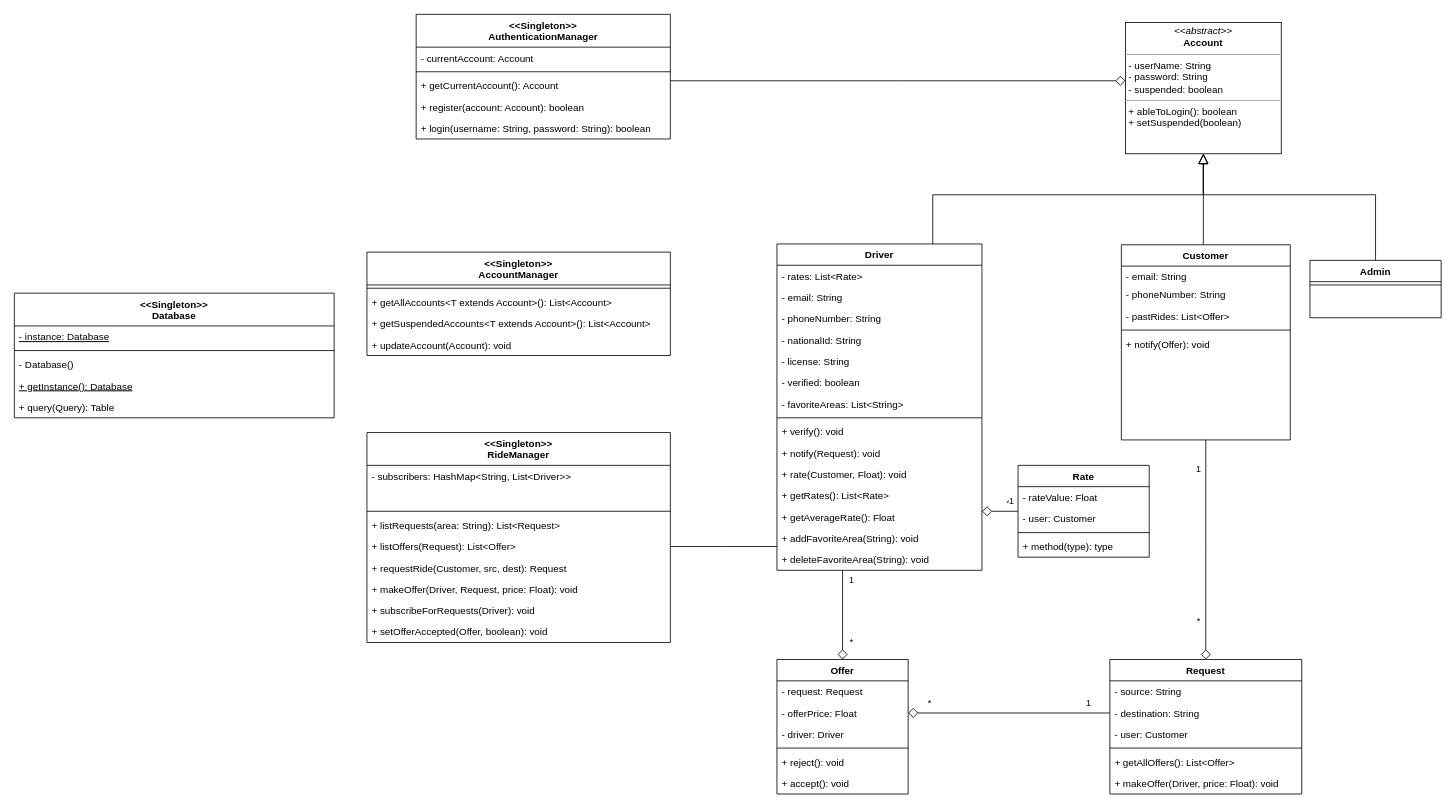
Above: diagrams/class diagram.drawio in KareemMAX/CarApp (draw.io), before the change. Source tidied: cells renumbered, new cells numbered last; positions are measured from the earlier drawing's top-left corner, leaving out a move shared by most shapes. Both pictures are drawn from the tidied source at 82%, with x=0, y=0 at pixel (14, 14).
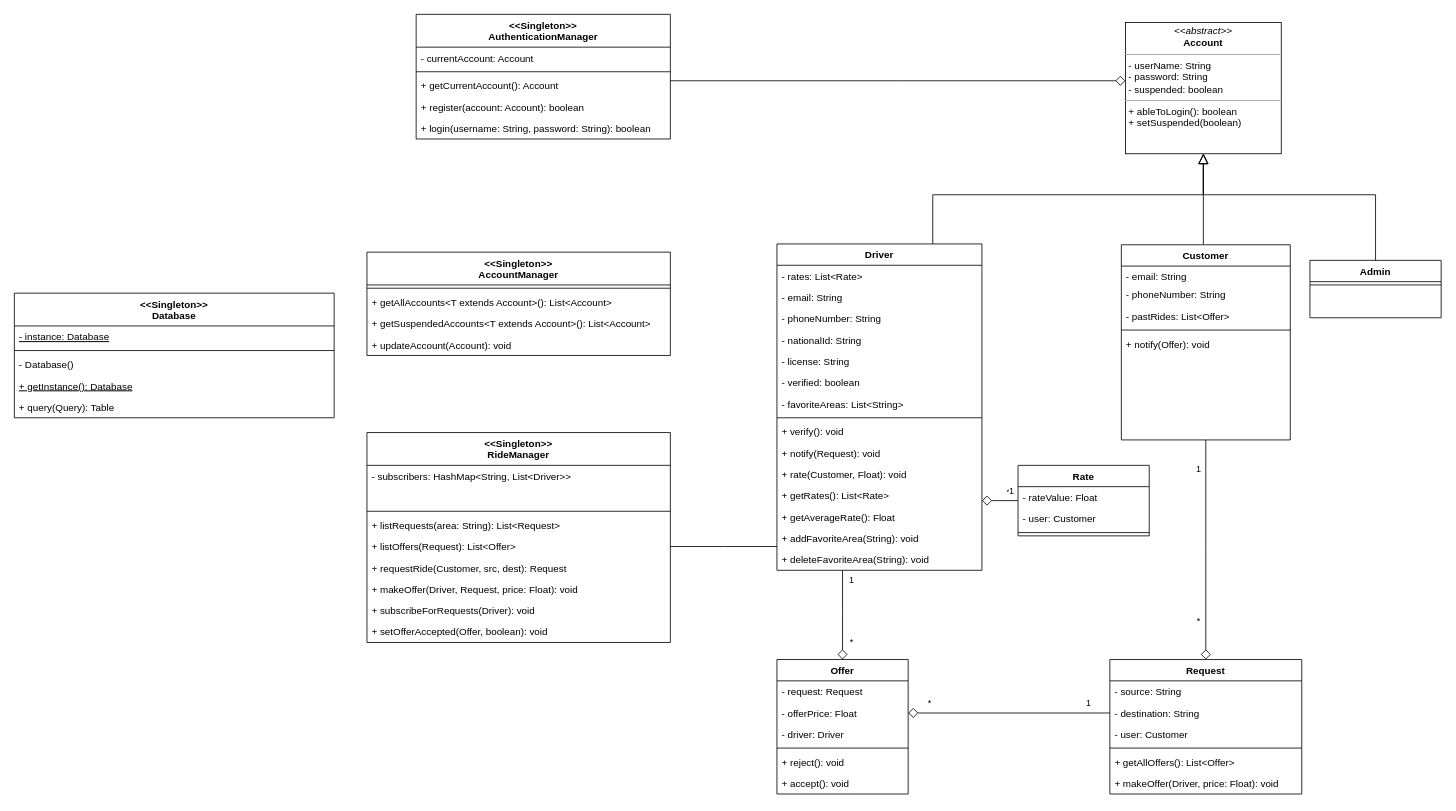
The same diagram, later.

Change to the diagram source:
```diff
@@
     <mxCell id="59" value="Rate" style="swimlane;fontStyle=1;align=center;verticalAlign=top;horizontal=1;startSize=26;" parent="1" vertex="1">
-      <mxGeometry x="1224" y="550" width="160" height="112" as="geometry" />
+      <mxGeometry x="1224" y="550" width="160" height="86" as="geometry" />
     </mxCell>
@@
-    <mxCell id="63" value="+ method(type): type" style="text;strokeColor=none;fillColor=none;align=left;verticalAlign=top;spacingLeft=4;spacingRight=4;overflow=hidden;" parent="59" vertex="1">
-      <mxGeometry y="86" width="160" height="26" as="geometry" />
-    </mxCell>
```
